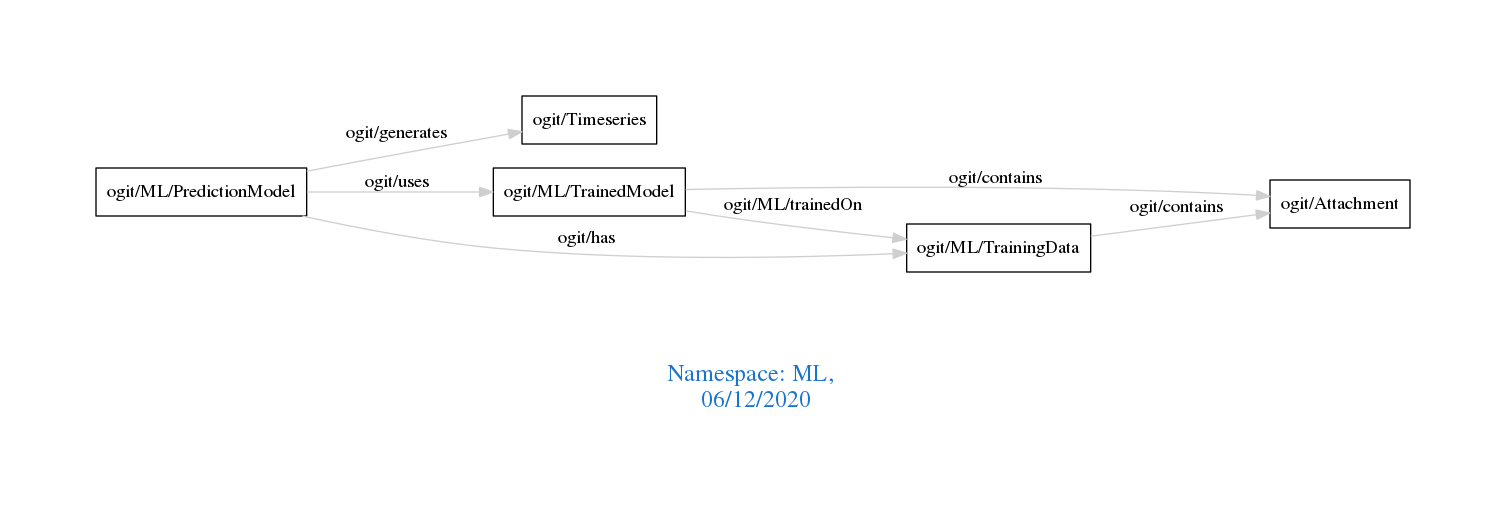
The Graphviz diagram downloads/ML.png in arago/OGIT, before a commit. Its source is kept beside it as downloads/ML.dot.
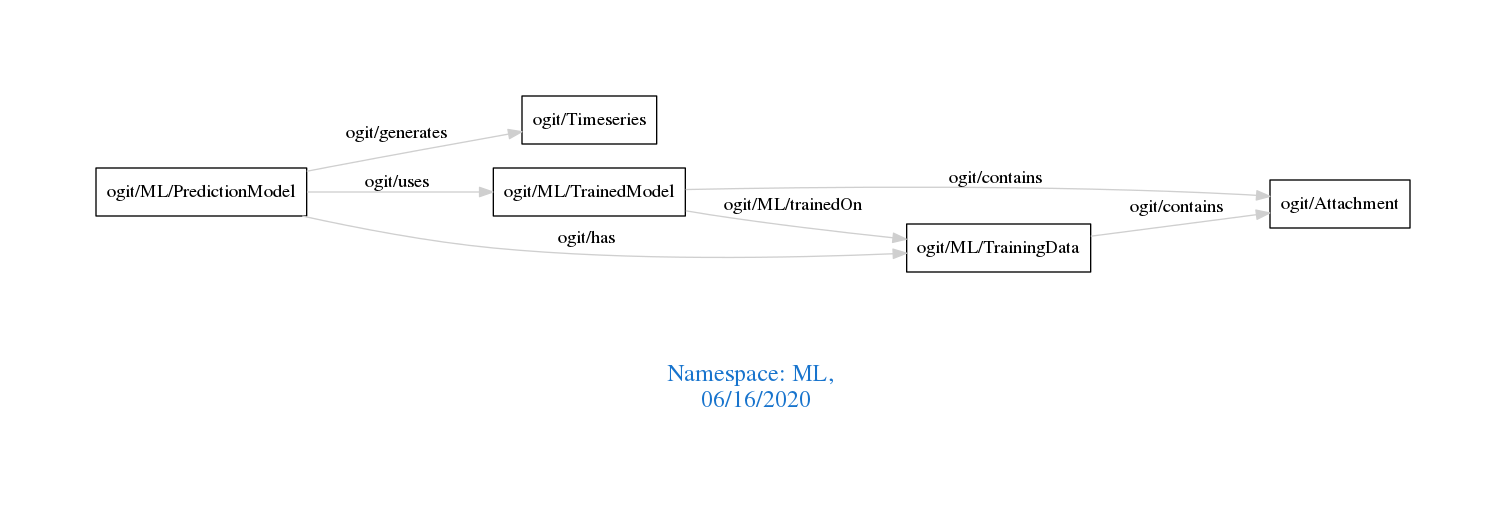
Later version of the same file.

Change to the diagram source:
```diff
@@ -1,7 +1,7 @@
 digraph OGIT_ontology {
  graph [ rankdir= LR,pad=1
 fontsize = 18,
-fontcolor= dodgerblue3,label = "\n\n\nNamespace: ML, \n 06/12/2020"];
+fontcolor= dodgerblue3,label = "\n\n\nNamespace: ML, \n 06/16/2020"];
 node[shape=polygon];
 edge [  color="gray81"];
 
```
